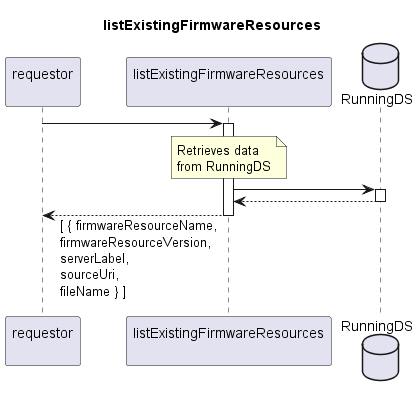
Earlier version of the PlantUML export spec/Services/listExistingFirmwareResources/1.0.0/listExistingFirmwareResources.png (openBackhaul/FirmWareManager). Its diagram source:
```plantuml
@startuml listExistingFirmwareResources
skinparam responseMessageBelowArrow true

title
  listExistingFirmwareResources
end title

participant "requestor\n" as requestor
participant "listExistingFirmwareResources\n" as indServ
database "RunningDS" as RunDS

requestor -> indServ
activate indServ

  note over indServ
    Retrieves data
    from RunningDS
  end note
  indServ -> RunDS
  activate RunDS
  indServ <-- RunDS
  deactivate RunDS

requestor <-- indServ: [ { firmwareResourceName,\nfirmwareResourceVersion,\nserverLabel,\nsourceUri,\nfileName } ]
deactivate indServ

@enduml
```
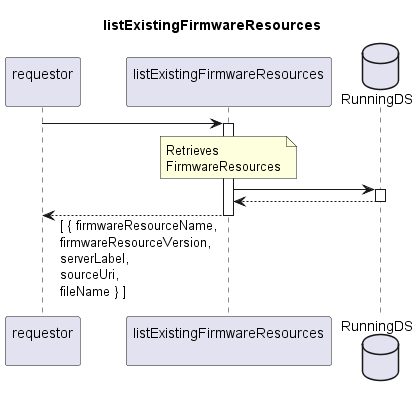
The same file after the commit.

Diff of the diagram source:
```diff
@@ -13,8 +13,8 @@
 activate indServ
 
   note over indServ
-    Retrieves data
-    from RunningDS
+    Retrieves
+    FirmwareResources
   end note
   indServ -> RunDS
   activate RunDS
```
